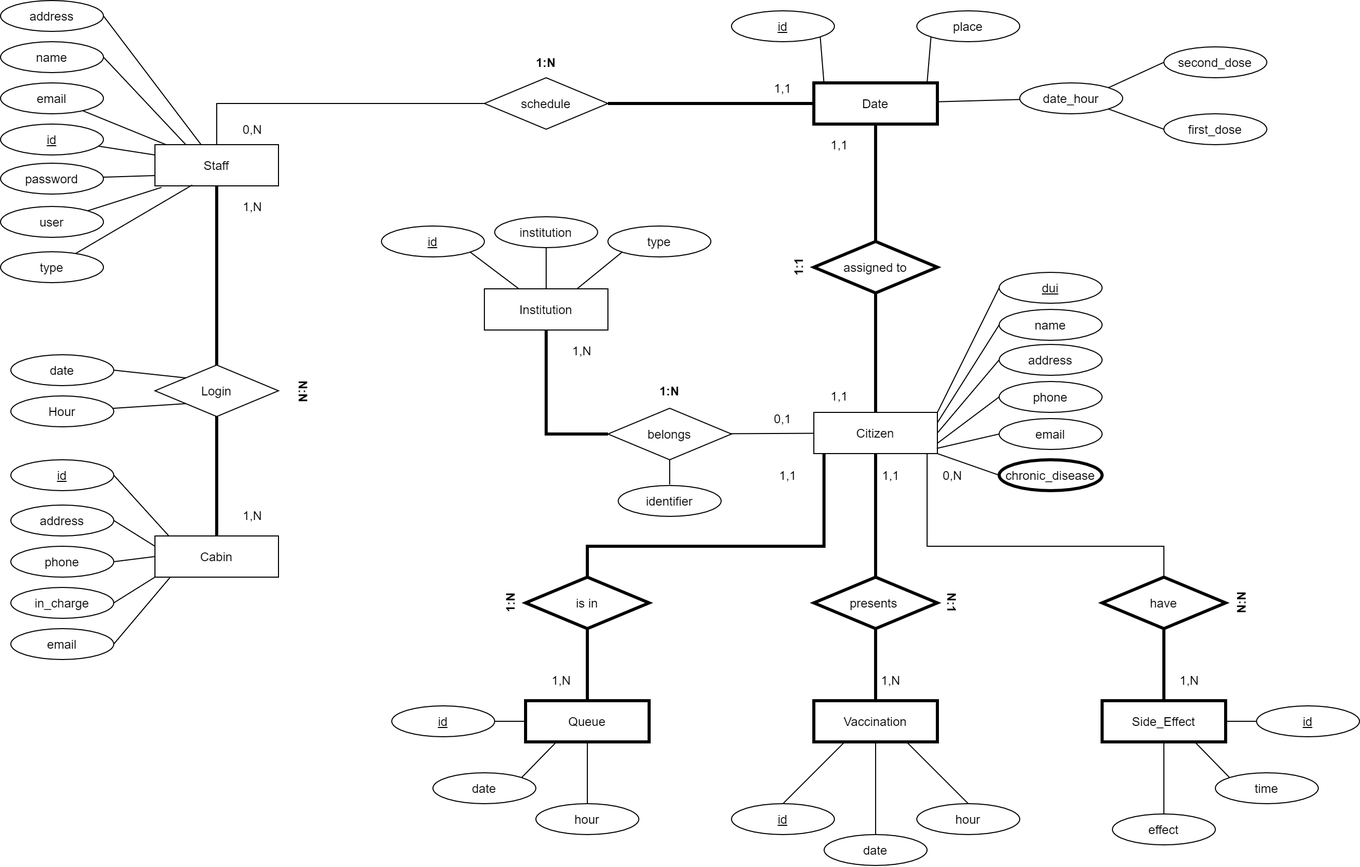
Earlier version of the draw.io export Bases de datos/DiagramaER.png (UCASV/proyecto-final-grupo-28). Source tidied: cells renumbered, new cells last; positions are measured from the earlier drawing's top-left corner, leaving out a move shared by most shapes.
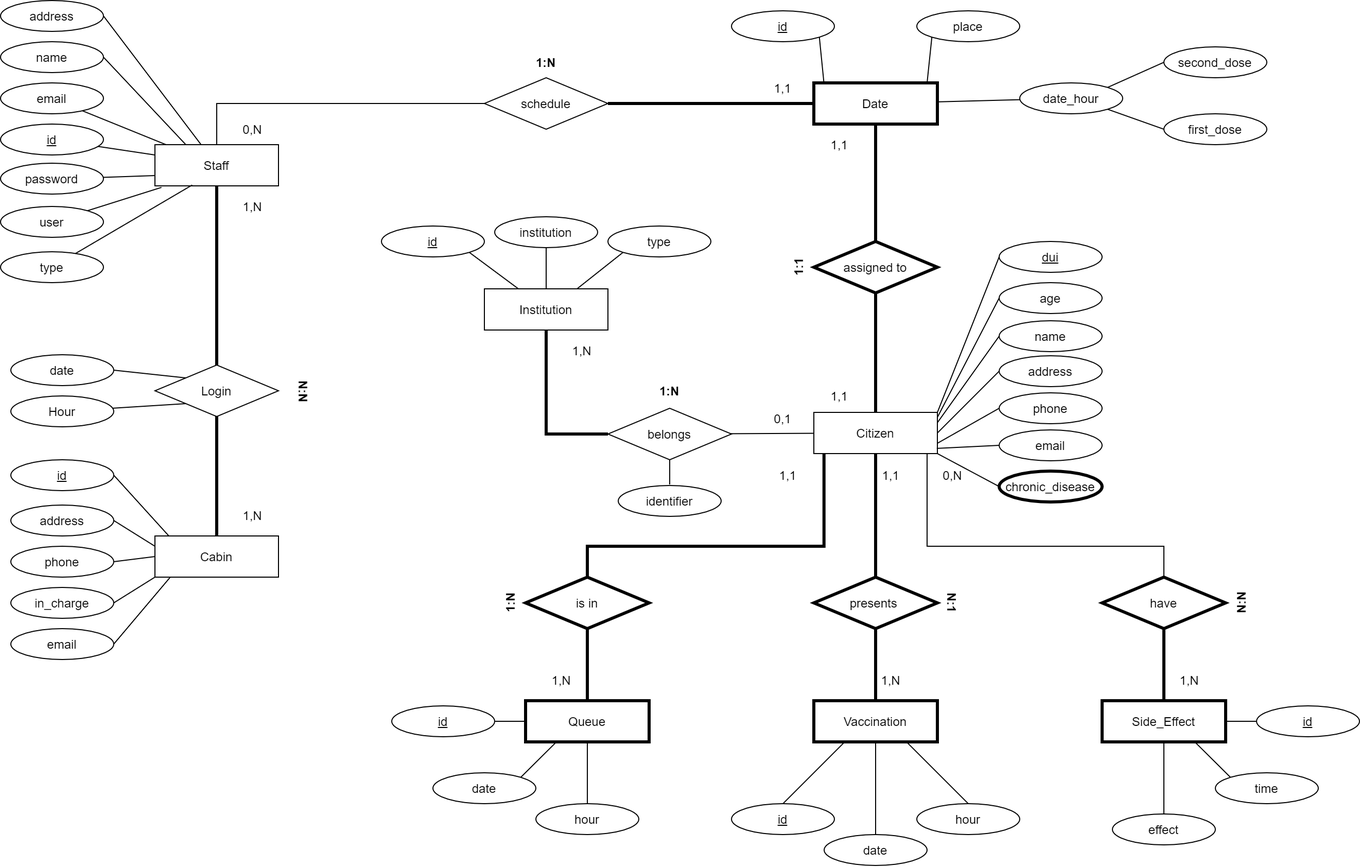
After the change.

Commit message:
Fixing Entity-Relationship Diagram

Diff of the diagram source:
```diff
@@ -106,22 +106,22 @@
       <mxGeometry x="790" y="400" width="120" height="40" as="geometry" />
     </mxCell>
     <mxCell id="33" value="dui" style="ellipse;whiteSpace=wrap;html=1;fontStyle=4;" parent="1" vertex="1">
-      <mxGeometry x="970" y="264" width="100" height="30" as="geometry" />
+      <mxGeometry x="970" y="234" width="100" height="30" as="geometry" />
     </mxCell>
     <mxCell id="34" value="name" style="ellipse;whiteSpace=wrap;html=1;" parent="1" vertex="1">
-      <mxGeometry x="970" y="300" width="100" height="30" as="geometry" />
+      <mxGeometry x="970" y="311" width="100" height="30" as="geometry" />
     </mxCell>
     <mxCell id="35" value="address" style="ellipse;whiteSpace=wrap;html=1;" parent="1" vertex="1">
-      <mxGeometry x="970" y="334" width="100" height="30" as="geometry" />
+      <mxGeometry x="970" y="345" width="100" height="30" as="geometry" />
     </mxCell>
     <mxCell id="36" value="phone" style="ellipse;whiteSpace=wrap;html=1;" parent="1" vertex="1">
-      <mxGeometry x="970" y="370" width="100" height="30" as="geometry" />
+      <mxGeometry x="970" y="381" width="100" height="30" as="geometry" />
     </mxCell>
     <mxCell id="37" style="edgeStyle=none;rounded=0;jettySize=auto;html=1;exitX=0;exitY=0.5;exitDx=0;exitDy=0;entryX=0.995;entryY=0.874;entryDx=0;entryDy=0;entryPerimeter=0;endArrow=none;endFill=0;strokeWidth=1;" parent="1" edge="1" source="38" target="32">
       <mxGeometry relative="1" as="geometry" />
     </mxCell>
     <mxCell id="38" value="email" style="ellipse;whiteSpace=wrap;html=1;" parent="1" vertex="1">
-      <mxGeometry x="970" y="406" width="100" height="30" as="geometry" />
+      <mxGeometry x="970" y="417" width="100" height="30" as="geometry" />
     </mxCell>
     <mxCell id="39" style="rounded=0;jettySize=auto;html=1;exitX=0.75;exitY=0;exitDx=0;exitDy=0;entryX=0;entryY=1;entryDx=0;entryDy=0;startArrow=none;startFill=0;endArrow=none;endFill=0;" parent="1" edge="1" source="40" target="128">
       <mxGeometry relative="1" as="geometry" />
@@ -216,11 +216,11 @@
     <mxCell id="66" style="edgeStyle=none;rounded=0;jettySize=auto;html=1;endArrow=none;endFill=0;" parent="1" edge="1" source="68" target="32">
       <mxGeometry relative="1" as="geometry" />
     </mxCell>
-    <mxCell id="67" style="edgeStyle=orthogonalEdgeStyle;rounded=0;jettySize=auto;html=1;endArrow=none;endFill=0;" parent="1" edge="1" source="68">
-      <mxGeometry relative="1" as="geometry">
-        <mxPoint x="650" y="470" as="targetPoint" />
-      </mxGeometry>
-    </mxCell>
+    <mxCell id="129" style="edgeStyle=orthogonalEdgeStyle;rounded=0;jettySize=auto;html=1;endArrow=none;endFill=0;" parent="1" edge="1" source="68">
+      <mxGeometry relative="1" as="geometry">
+        <mxPoint x="650" y="470" as="targetPoint" />
+      </mxGeometry>
+    </mxCell>
     <mxCell id="68" value="belongs" style="rhombus;whiteSpace=wrap;html=1;" parent="1" vertex="1">
       <mxGeometry x="590" y="396" width="120" height="50" as="geometry" />
     </mxCell>
@@ -404,10 +404,16 @@
       <mxGeometry relative="1" as="geometry" />
     </mxCell>
     <mxCell id="127" value="chronic_disease" style="ellipse;whiteSpace=wrap;html=1;strokeWidth=3;" parent="1" vertex="1">
-      <mxGeometry x="970" y="446" width="100" height="30" as="geometry" />
+      <mxGeometry x="970" y="457" width="100" height="30" as="geometry" />
     </mxCell>
     <mxCell id="128" value="type" style="ellipse;whiteSpace=wrap;html=1;" parent="1" vertex="1">
       <mxGeometry x="590" y="219" width="100" height="30" as="geometry" />
     </mxCell>
+    <mxCell id="130" style="rounded=0;jettySize=auto;html=1;exitX=0;exitY=0.5;exitDx=0;exitDy=0;entryX=1.001;entryY=0.115;entryDx=0;entryDy=0;entryPerimeter=0;endArrow=none;endFill=0;" parent="1" edge="1" source="131" target="32">
+      <mxGeometry relative="1" as="geometry" />
+    </mxCell>
+    <mxCell id="131" value="age" style="ellipse;whiteSpace=wrap;html=1;" parent="1" vertex="1">
+      <mxGeometry x="970" y="274" width="100" height="30" as="geometry" />
+    </mxCell>
   </root>
 </mxGraphModel>
```
